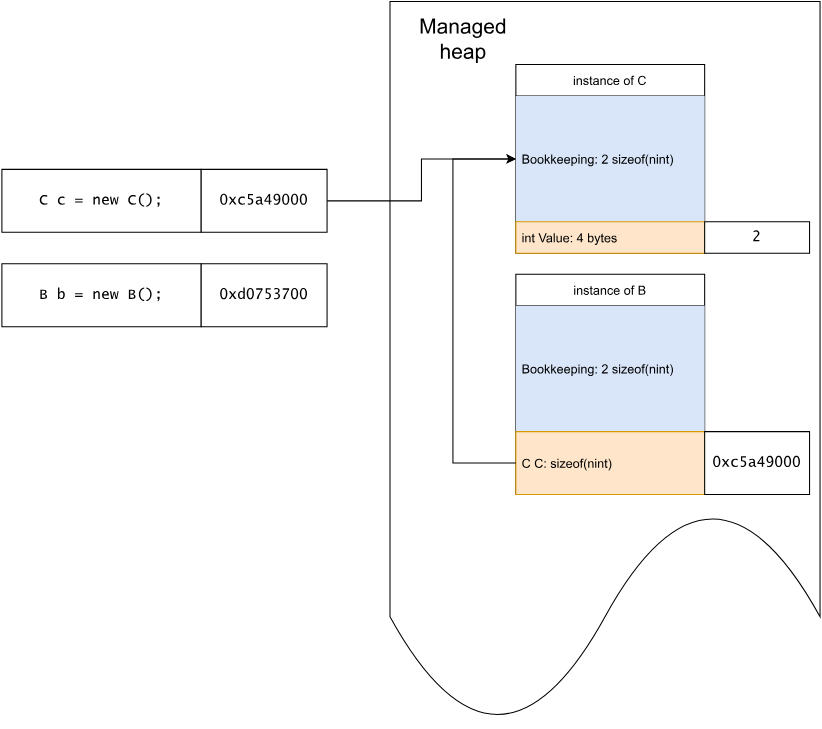
Above: 01-TypeSystem/img/sorcery-reference-types-2.svg in V0ldek/Sorcery-CSharp-Notebooks (draw.io), before the change. Source tidied: cells renumbered, new cells last; positions are measured from the earlier drawing's top-left corner, leaving out a move shared by most shapes.
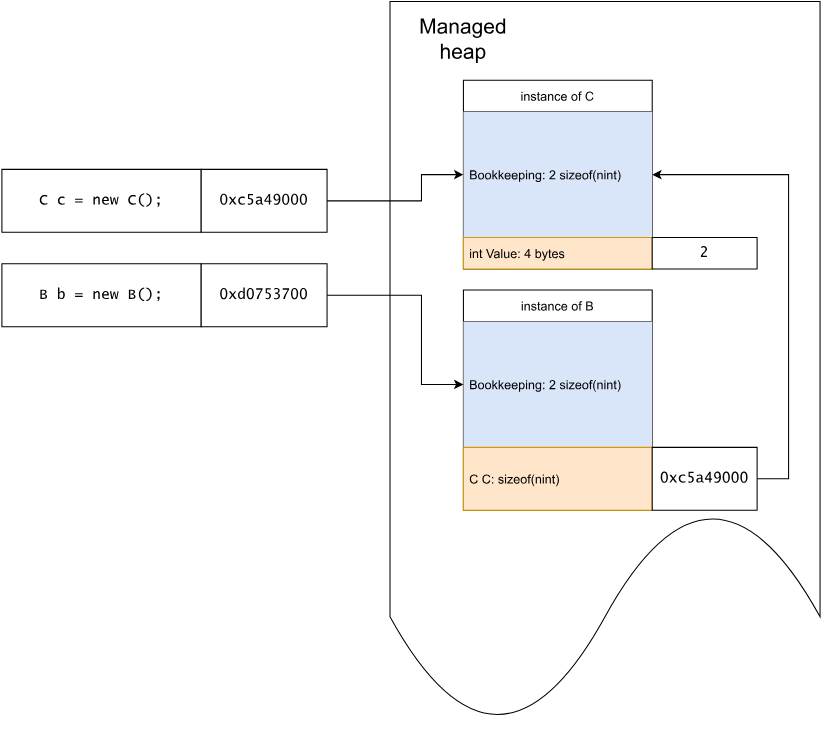
The same diagram one commit later.

The edit, as a diff of the source:
```diff
@@ -6,7 +6,7 @@
       <mxGeometry x="370" width="410" height="690" as="geometry" />
     </mxCell>
     <mxCell id="3" value="instance of C" style="swimlane;fontStyle=0;horizontal=1;startSize=30;" parent="1" vertex="1">
-      <mxGeometry x="490" y="60" width="180" height="180" as="geometry" />
+      <mxGeometry x="440" y="75" width="180" height="180" as="geometry" />
     </mxCell>
     <mxCell id="4" value="Bookkeeping: 2 sizeof(nint)" style="text;strokeColor=none;fillColor=#dae8fc;align=left;verticalAlign=middle;spacingLeft=4;spacingRight=4;overflow=hidden;points=[[0,0.5],[1,0.5]];portConstraint=eastwest;" parent="3" vertex="1">
       <mxGeometry y="30" width="180" height="120" as="geometry" />
@@ -21,13 +21,18 @@
       <mxGeometry y="160" width="190" height="60" as="geometry" />
     </mxCell>
     <mxCell id="8" style="edgeStyle=orthogonalEdgeStyle;rounded=0;jettySize=auto;html=1;entryX=0;entryY=0.5;entryDx=0;entryDy=0;fontFamily=Lucida Console;fontSize=14;" parent="1" edge="1" source="9" target="4">
-      <mxGeometry relative="1" as="geometry" />
+      <mxGeometry relative="1" as="geometry">
+        <Array as="points">
+          <mxPoint x="400" y="190" />
+          <mxPoint x="400" y="165" />
+        </Array>
+      </mxGeometry>
     </mxCell>
     <mxCell id="9" value="0xc5a49000" style="rounded=0;whiteSpace=wrap;html=1;fontFamily=Lucida Console;fontSize=14;strokeColor=default;fillColor=default;" parent="1" vertex="1">
       <mxGeometry x="190" y="160" width="120" height="60" as="geometry" />
     </mxCell>
     <mxCell id="10" value="instance of B" style="swimlane;fontStyle=0;horizontal=1;startSize=30;" parent="1" vertex="1">
-      <mxGeometry x="490" y="260" width="180" height="210" as="geometry" />
+      <mxGeometry x="440" y="275" width="180" height="210" as="geometry" />
     </mxCell>
     <mxCell id="11" value="Bookkeeping: 2 sizeof(nint)" style="text;strokeColor=none;fillColor=#dae8fc;align=left;verticalAlign=middle;spacingLeft=4;spacingRight=4;overflow=hidden;points=[[0,0.5],[1,0.5]];portConstraint=eastwest;" parent="10" vertex="1">
       <mxGeometry y="30" width="180" height="120" as="geometry" />
@@ -35,25 +40,33 @@
     <mxCell id="12" value="C C: sizeof(nint)" style="text;strokeColor=#d79b00;fillColor=#ffe6cc;align=left;verticalAlign=middle;spacingLeft=4;spacingRight=4;overflow=hidden;points=[[0,0.5],[1,0.5]];portConstraint=eastwest;" parent="10" vertex="1">
       <mxGeometry y="150" width="180" height="60" as="geometry" />
     </mxCell>
-    <mxCell id="13" style="edgeStyle=orthogonalEdgeStyle;rounded=0;jettySize=auto;html=1;entryX=0;entryY=0.5;entryDx=0;entryDy=0;" parent="1" edge="1" source="12" target="4">
-      <mxGeometry relative="1" as="geometry">
-        <Array as="points">
-          <mxPoint x="430" y="440" />
-          <mxPoint x="430" y="150" />
-        </Array>
-      </mxGeometry>
-    </mxCell>
     <mxCell id="14" value="B b = new B();" style="rounded=0;whiteSpace=wrap;html=1;fontSize=14;strokeColor=default;fillColor=default;fontFamily=Lucida Console;" parent="1" vertex="1">
       <mxGeometry y="250" width="190" height="60" as="geometry" />
     </mxCell>
+    <mxCell id="18" style="edgeStyle=orthogonalEdgeStyle;rounded=0;jettySize=auto;html=1;entryX=0;entryY=0.5;entryDx=0;entryDy=0;" parent="1" edge="1" source="15" target="11">
+      <mxGeometry relative="1" as="geometry">
+        <Array as="points">
+          <mxPoint x="400" y="280" />
+          <mxPoint x="400" y="365" />
+        </Array>
+      </mxGeometry>
+    </mxCell>
     <mxCell id="15" value="0xd0753700" style="rounded=0;whiteSpace=wrap;html=1;fontFamily=Lucida Console;fontSize=14;strokeColor=default;fillColor=default;" parent="1" vertex="1">
       <mxGeometry x="190" y="250" width="120" height="60" as="geometry" />
     </mxCell>
     <mxCell id="16" value="2" style="rounded=0;whiteSpace=wrap;html=1;fontFamily=Lucida Console;fontSize=14;strokeColor=default;fillColor=default;" parent="1" vertex="1">
-      <mxGeometry x="670" y="210" width="100" height="30" as="geometry" />
+      <mxGeometry x="620" y="225" width="100" height="30" as="geometry" />
     </mxCell>
+    <mxCell id="19" style="edgeStyle=orthogonalEdgeStyle;rounded=0;jettySize=auto;html=1;entryX=1;entryY=0.5;entryDx=0;entryDy=0;" parent="1" edge="1" source="17" target="4">
+      <mxGeometry relative="1" as="geometry">
+        <Array as="points">
+          <mxPoint x="750" y="455" />
+          <mxPoint x="750" y="165" />
+        </Array>
+      </mxGeometry>
+    </mxCell>
     <mxCell id="17" value="0xc5a49000" style="rounded=0;whiteSpace=wrap;html=1;fontFamily=Lucida Console;fontSize=14;strokeColor=default;fillColor=default;" parent="1" vertex="1">
-      <mxGeometry x="670" y="410" width="100" height="60" as="geometry" />
+      <mxGeometry x="620" y="425" width="100" height="60" as="geometry" />
     </mxCell>
   </root>
 </mxGraphModel>
```
